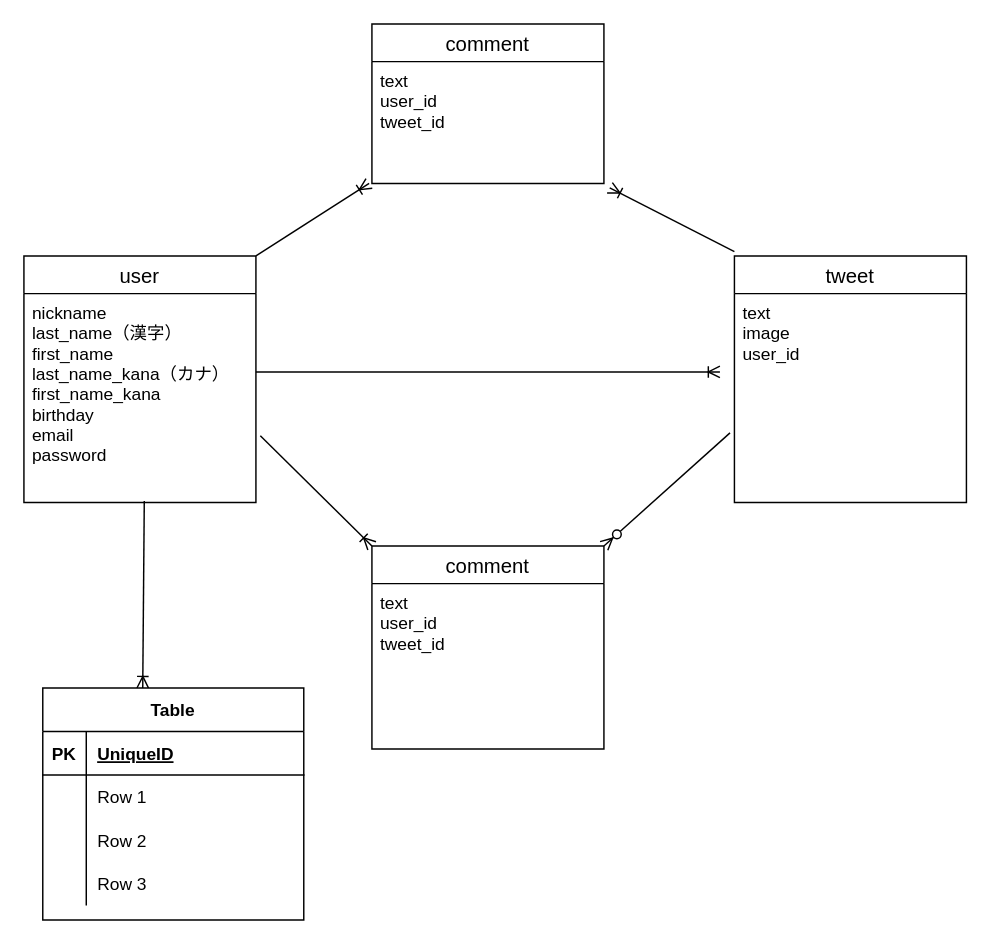
The draw.io diagram .dio in shigehiroakira/tweetapp, before the edit. Source tidied: cells renumbered, new cells numbered last; positions are measured from the earlier drawing's top-left corner, leaving out a move shared by most shapes. Both pictures are drawn from the tidied source at 145%, with x=0, y=0 at pixel (23, 23).
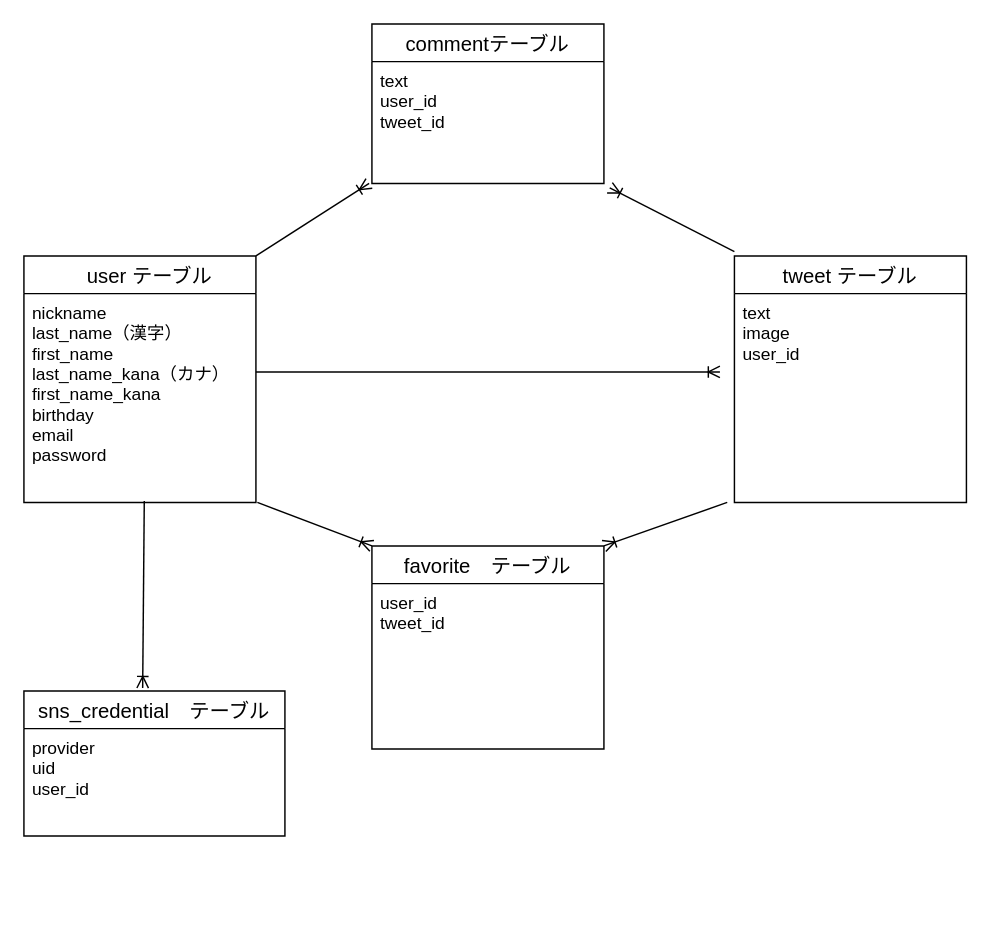
The same page after the edit.

Unchanged cells that the change refers to:
```xml
<mxCell id="3" value="nickname&#10;last_name（漢字）&#10;first_name&#10;last_name_kana（カナ）&#10;first_name_kana&#10;birthday&#10;email&#10;password" style="text;strokeColor=none;fillColor=none;spacingLeft=4;spacingRight=4;overflow=hidden;points=[[0,0.5],[1,0.5]];portConstraint=eastwest;fontSize=12;" parent="2" vertex="1">
  <mxGeometry y="26" width="160" height="144" as="geometry" />
</mxCell>
<mxCell id="5" value="text&#10;image&#10;user_id" style="text;strokeColor=none;fillColor=none;spacingLeft=4;spacingRight=4;overflow=hidden;points=[[0,0.5],[1,0.5]];portConstraint=eastwest;fontSize=12;" parent="4" vertex="1">
  <mxGeometry y="26" width="160" height="144" as="geometry" />
</mxCell>
```

Change to the diagram source:
```diff
@@
-    <mxCell id="2" value="user" style="swimlane;fontStyle=0;horizontal=1;startSize=26;align=center;fontSize=14;" parent="1" vertex="1">
+    <mxCell id="2" value="　user テーブル" style="swimlane;fontStyle=0;horizontal=1;startSize=26;align=center;fontSize=14;" parent="1" vertex="1">
       <mxGeometry y="160" width="160" height="170" as="geometry" />
     </mxCell>
@@
-    <mxCell id="4" value="tweet" style="swimlane;fontStyle=0;horizontal=1;startSize=26;align=center;fontSize=14;" parent="1" vertex="1">
+    <mxCell id="4" value="tweet テーブル" style="swimlane;fontStyle=0;horizontal=1;startSize=26;align=center;fontSize=14;" parent="1" vertex="1">
       <mxGeometry x="490" y="160" width="160" height="170" as="geometry" />
     </mxCell>
@@
-    <mxCell id="6" value="comment" style="swimlane;fontStyle=0;horizontal=1;startSize=26;align=center;fontSize=14;" parent="1" vertex="1">
+    <mxCell id="6" value="favorite　テーブル" style="swimlane;fontStyle=0;horizontal=1;startSize=26;align=center;fontSize=14;" parent="1" vertex="1">
       <mxGeometry x="240" y="360" width="160" height="140" as="geometry" />
     </mxCell>
-    <mxCell id="7" value="text&#10;user_id&#10;tweet_id" style="text;strokeColor=none;fillColor=none;spacingLeft=4;spacingRight=4;overflow=hidden;fontSize=12;" parent="6" vertex="1">
+    <mxCell id="7" value="user_id&#10;tweet_id" style="text;strokeColor=none;fillColor=none;spacingLeft=4;spacingRight=4;overflow=hidden;fontSize=12;" parent="6" vertex="1">
       <mxGeometry y="26" width="160" height="114" as="geometry" />
     </mxCell>
-    <mxCell id="8" style="fontSize=12;html=1;endArrow=ERoneToMany;exitX=1.019;exitY=0.681;exitDx=0;exitDy=0;exitPerimeter=0;entryX=0;entryY=0;entryDx=0;entryDy=0;" parent="1" edge="1" source="3" target="6">
-      <mxGeometry relative="1" as="geometry" />
-    </mxCell>
-    <mxCell id="9" style="fontSize=12;html=1;endArrow=ERzeroToMany;endFill=1;exitX=-0.019;exitY=0.667;exitDx=0;exitDy=0;exitPerimeter=0;entryX=1;entryY=0;entryDx=0;entryDy=0;" parent="1" edge="1" source="5" target="6">
-      <mxGeometry relative="1" as="geometry" />
-    </mxCell>
@@
-    <mxCell id="11" value="comment" style="swimlane;fontStyle=0;horizontal=1;startSize=26;align=center;fontSize=14;" parent="1" vertex="1">
+    <mxCell id="11" value="commentテーブル" style="swimlane;fontStyle=0;horizontal=1;startSize=26;align=center;fontSize=14;" parent="1" vertex="1">
       <mxGeometry x="240" width="160" height="110" as="geometry" />
     </mxCell>
@@
-    <mxCell id="13" style="fontSize=12;html=1;endArrow=ERoneToMany;entryX=0.383;entryY=0;entryDx=0;entryDy=0;entryPerimeter=0;" parent="1" edge="1" target="16">
+    <mxCell id="13" style="fontSize=12;html=1;endArrow=ERoneToMany;entryX=0.383;entryY=0;entryDx=0;entryDy=0;entryPerimeter=0;" parent="1" edge="1">
       <mxGeometry relative="1" as="geometry">
         <mxPoint x="83" y="329" as="sourcePoint" />
+        <mxPoint x="81.9" y="458" as="targetPoint" />
       </mxGeometry>
     </mxCell>
@@
-    <mxCell id="16" value="Table" style="shape=table;startSize=30;childLayout=tableLayout;rowLines=0;fontStyle=1;align=center;" parent="1" vertex="1">
-      <mxGeometry x="13" y="458" width="180" height="160" as="geometry" />
-    </mxCell>
-    <mxCell id="17" style="shape=partialRectangle;fillColor=none;top=0;left=0;bottom=1;right=0;" parent="16" vertex="1">
-      <mxGeometry y="30" width="180" height="30" as="geometry" />
-    </mxCell>
-    <mxCell id="18" value="PK" style="shape=partialRectangle;fillColor=none;top=0;left=0;bottom=0;right=0;fontStyle=1;overflow=hidden;" parent="17" vertex="1">
-      <mxGeometry width="30" height="30" as="geometry" />
-    </mxCell>
-    <mxCell id="19" value="UniqueID" style="shape=partialRectangle;fillColor=none;top=0;left=0;bottom=0;right=0;align=left;spacingLeft=6;fontStyle=5;overflow=hidden;" parent="17" vertex="1">
-      <mxGeometry x="30" width="150" height="30" as="geometry" />
-    </mxCell>
-    <mxCell id="20" style="shape=partialRectangle;fillColor=none;top=0;left=0;bottom=0;right=0;" parent="16" vertex="1">
-      <mxGeometry y="60" width="180" height="30" as="geometry" />
-    </mxCell>
-    <mxCell id="21" style="shape=partialRectangle;fillColor=none;top=0;left=0;bottom=0;right=0;overflow=hidden;" parent="20" vertex="1">
-      <mxGeometry width="30" height="30" as="geometry" />
-    </mxCell>
-    <mxCell id="22" value="Row 1" style="shape=partialRectangle;fillColor=none;top=0;left=0;bottom=0;right=0;align=left;spacingLeft=6;overflow=hidden;" parent="20" vertex="1">
-      <mxGeometry x="30" width="150" height="30" as="geometry" />
-    </mxCell>
-    <mxCell id="23" style="shape=partialRectangle;fillColor=none;top=0;left=0;bottom=0;right=0;" parent="16" vertex="1">
-      <mxGeometry y="90" width="180" height="30" as="geometry" />
-    </mxCell>
-    <mxCell id="24" style="shape=partialRectangle;fillColor=none;top=0;left=0;bottom=0;right=0;overflow=hidden;" parent="23" vertex="1">
-      <mxGeometry width="30" height="30" as="geometry" />
-    </mxCell>
-    <mxCell id="25" value="Row 2" style="shape=partialRectangle;fillColor=none;top=0;left=0;bottom=0;right=0;align=left;spacingLeft=6;overflow=hidden;" parent="23" vertex="1">
-      <mxGeometry x="30" width="150" height="30" as="geometry" />
-    </mxCell>
-    <mxCell id="26" style="shape=partialRectangle;fillColor=none;top=0;left=0;bottom=0;right=0;" parent="16" vertex="1">
-      <mxGeometry y="120" width="180" height="30" as="geometry" />
-    </mxCell>
-    <mxCell id="27" style="shape=partialRectangle;fillColor=none;top=0;left=0;bottom=0;right=0;overflow=hidden;" parent="26" vertex="1">
-      <mxGeometry width="30" height="30" as="geometry" />
-    </mxCell>
-    <mxCell id="28" value="Row 3" style="shape=partialRectangle;fillColor=none;top=0;left=0;bottom=0;right=0;align=left;spacingLeft=6;overflow=hidden;" parent="26" vertex="1">
-      <mxGeometry x="30" width="150" height="30" as="geometry" />
-    </mxCell>
+    <mxCell id="29" value="sns_credential　テーブル" style="swimlane;fontStyle=0;horizontal=1;startSize=26;align=center;fontSize=14;" parent="1" vertex="1">
+      <mxGeometry y="460" width="180" height="100" as="geometry" />
+    </mxCell>
+    <mxCell id="30" value="provider&#10;uid&#10;user_id" style="text;strokeColor=none;fillColor=none;spacingLeft=4;spacingRight=4;overflow=hidden;fontSize=12;" parent="29" vertex="1">
+      <mxGeometry y="26" width="180" height="74" as="geometry" />
+    </mxCell>
+    <mxCell id="8" style="fontSize=12;html=1;endArrow=ERoneToMany;exitX=1.006;exitY=1;exitDx=0;exitDy=0;exitPerimeter=0;entryX=0;entryY=0;entryDx=0;entryDy=0;" parent="1" edge="1" source="3" target="6">
+      <mxGeometry relative="1" as="geometry" />
+    </mxCell>
+    <mxCell id="9" style="fontSize=12;html=1;endArrow=ERoneToMany;entryX=1;entryY=0;entryDx=0;entryDy=0;exitX=-0.031;exitY=1;exitDx=0;exitDy=0;exitPerimeter=0;" parent="1" edge="1" source="5" target="6">
+      <mxGeometry relative="1" as="geometry" />
+    </mxCell>
```
